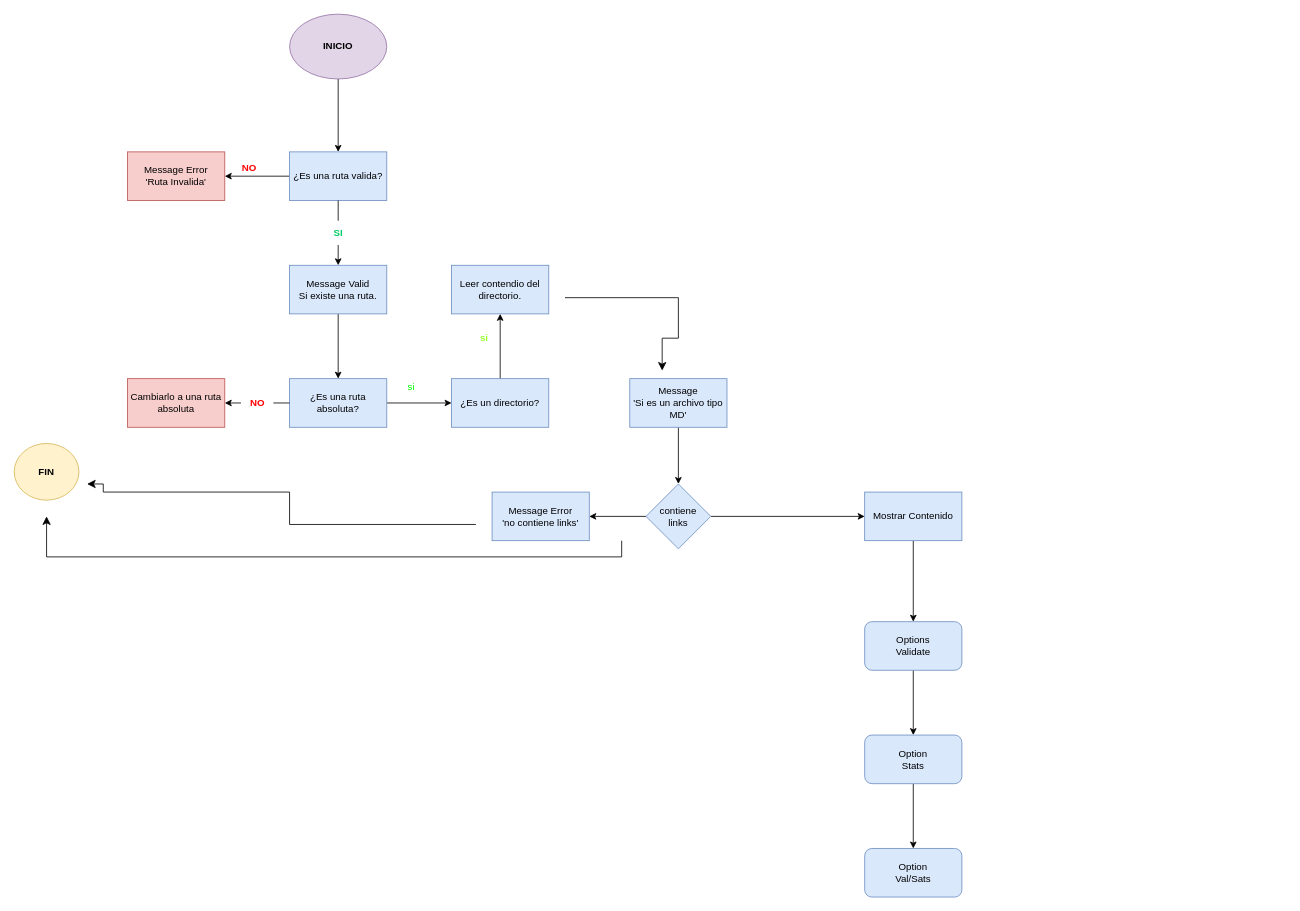
This is DiagFlujo.drawio from DanielaRoch/DEV002-md-links, a draw.io file, before an edit. Source tidied: cells renumbered, new cells numbered last; positions are measured from the earlier drawing's top-left corner, leaving out a move shared by most shapes. Both pictures are drawn from the tidied source at 81%, with x=0, y=0 at pixel (14, 14).
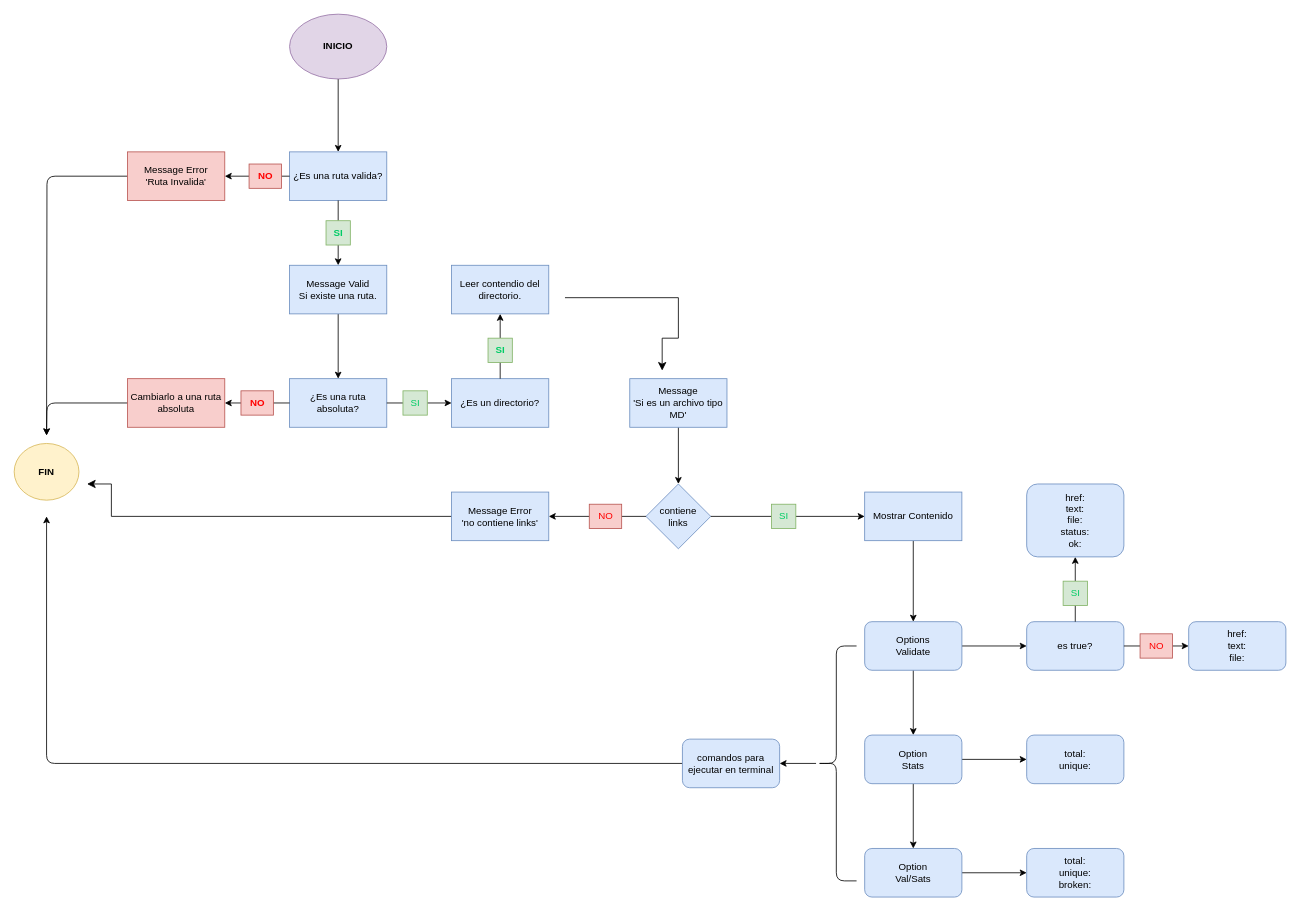
The same page after the edit.

Commit message (it also covers changes not shown here):
ultima version diagrama

Unchanged cells that the change refers to:
```xml
<mxCell id="6" value="¿Es una ruta valida?" style="whiteSpace=wrap;html=1;fillColor=#dae8fc;strokeColor=#6c8ebf;" parent="1" vertex="1">
  <mxGeometry x="340" y="170" width="120" height="60" as="geometry" />
</mxCell>
<mxCell id="7" value="Message Error&lt;br&gt;'Ruta Invalida'" style="whiteSpace=wrap;html=1;fillColor=#f8cecc;strokeColor=#b85450;" parent="1" vertex="1">
  <mxGeometry x="140" y="170" width="120" height="60" as="geometry" />
</mxCell>
<mxCell id="13" value="¿Es una ruta absoluta?" style="whiteSpace=wrap;html=1;fillColor=#dae8fc;strokeColor=#6c8ebf;" parent="1" vertex="1">
  <mxGeometry x="340" y="450" width="120" height="60" as="geometry" />
</mxCell>
<mxCell id="16" value="Cambiarlo a una ruta absoluta" style="whiteSpace=wrap;html=1;fillColor=#f8cecc;strokeColor=#b85450;" parent="1" vertex="1">
  <mxGeometry x="140" y="450" width="120" height="60" as="geometry" />
</mxCell>
<mxCell id="24" value="Mostrar Contenido" style="whiteSpace=wrap;html=1;fillColor=#dae8fc;strokeColor=#6c8ebf;" parent="1" vertex="1">
  <mxGeometry x="1050" y="590" width="120" height="60" as="geometry" />
</mxCell>
<mxCell id="26" value="Options&lt;br&gt;Validate" style="rounded=1;whiteSpace=wrap;html=1;fillColor=#dae8fc;strokeColor=#6c8ebf;" parent="1" vertex="1">
  <mxGeometry x="1050" y="750" width="120" height="60" as="geometry" />
</mxCell>
<mxCell id="28" value="Option &lt;br&gt;Stats" style="rounded=1;whiteSpace=wrap;html=1;fillColor=#dae8fc;strokeColor=#6c8ebf;" parent="1" vertex="1">
  <mxGeometry x="1050" y="890" width="120" height="60" as="geometry" />
</mxCell>
<mxCell id="29" value="Option&lt;br&gt;Val/Sats" style="rounded=1;whiteSpace=wrap;html=1;fillColor=#dae8fc;strokeColor=#6c8ebf;" parent="1" vertex="1">
  <mxGeometry x="1050" y="1030" width="120" height="60" as="geometry" />
</mxCell>
<mxCell id="35" value="¿Es un directorio?" style="whiteSpace=wrap;html=1;fillColor=#dae8fc;strokeColor=#6c8ebf;" parent="1" vertex="1">
  <mxGeometry x="540" y="450" width="120" height="60" as="geometry" />
</mxCell>
<mxCell id="37" value="contiene &lt;br&gt;links" style="rhombus;whiteSpace=wrap;html=1;fillColor=#dae8fc;strokeColor=#6c8ebf;" parent="1" vertex="1">
  <mxGeometry x="780" y="580" width="80" height="80" as="geometry" />
</mxCell>
<mxCell id="39" value="Leer contendio del directorio." style="whiteSpace=wrap;html=1;fillColor=#dae8fc;strokeColor=#6c8ebf;" parent="1" vertex="1">
  <mxGeometry x="540" y="310" width="120" height="60" as="geometry" />
</mxCell>
```

Diff of the diagram source:
```diff
@@
-    <mxCell id="4" style="edgeStyle=none;html=1;" parent="1" edge="1" source="6" target="7">
+    <mxCell id="4" style="edgeStyle=none;html=1;startArrow=none;" parent="1" edge="1" source="8" target="7">
       <mxGeometry relative="1" as="geometry" />
     </mxCell>
@@
+    <mxCell id="42" style="edgeStyle=orthogonalEdgeStyle;html=1;fontColor=#FF0000;" parent="1" edge="1" source="7">
+      <mxGeometry relative="1" as="geometry">
+        <mxPoint x="40" y="520" as="targetPoint" />
+      </mxGeometry>
+    </mxCell>
@@
-    <mxCell id="8" value="&lt;font color=&quot;#ff0000&quot;&gt;&lt;b&gt;NO&lt;/b&gt;&lt;/font&gt;" style="text;html=1;align=center;verticalAlign=middle;points=[];strokeColor=none;fillColor=none;" parent="1" vertex="1">
-      <mxGeometry x="270" y="175" width="40" height="30" as="geometry" />
-    </mxCell>
@@
-    <mxCell id="12" style="edgeStyle=none;html=1;" parent="1" edge="1" source="13" target="35">
+    <mxCell id="12" style="edgeStyle=none;html=1;startArrow=none;" parent="1" edge="1" source="38" target="35">
       <mxGeometry relative="1" as="geometry" />
     </mxCell>
@@
+    <mxCell id="43" style="edgeStyle=orthogonalEdgeStyle;html=1;fontColor=#FF0000;" parent="1" edge="1" source="16">
+      <mxGeometry relative="1" as="geometry">
+        <mxPoint x="40" y="520" as="targetPoint" />
+      </mxGeometry>
+    </mxCell>
@@
-    <mxCell id="18" value="&lt;font color=&quot;#00cc66&quot;&gt;&lt;b&gt;SI&lt;/b&gt;&lt;/font&gt;" style="text;html=1;align=center;verticalAlign=middle;points=[];strokeColor=none;fillColor=none;fontColor=#FF0000;" parent="1" vertex="1">
+    <mxCell id="18" value="&lt;font color=&quot;#00cc66&quot;&gt;&lt;b&gt;SI&lt;/b&gt;&lt;/font&gt;" style="text;html=1;align=center;verticalAlign=middle;points=[];strokeColor=#82b366;fillColor=#d5e8d4;" parent="1" vertex="1">
       <mxGeometry x="385" y="255" width="30" height="30" as="geometry" />
     </mxCell>
@@
-    <mxCell id="20" value="&lt;b&gt;&lt;font color=&quot;#ff0000&quot;&gt;NO&lt;/font&gt;&lt;/b&gt;" style="text;html=1;align=center;verticalAlign=middle;points=[];strokeColor=none;fillColor=none;fontColor=#00CC66;" parent="1" vertex="1">
+    <mxCell id="20" value="&lt;b&gt;&lt;font color=&quot;#ff0000&quot;&gt;NO&lt;/font&gt;&lt;/b&gt;" style="text;html=1;align=center;verticalAlign=middle;points=[];strokeColor=#b85450;fillColor=#f8cecc;" parent="1" vertex="1">
       <mxGeometry x="280" y="465" width="40" height="30" as="geometry" />
     </mxCell>
-    <mxCell id="21" style="edgeStyle=none;html=1;fontColor=#FF0000;startArrow=none;" parent="1" edge="1" source="37" target="24">
+    <mxCell id="21" style="edgeStyle=none;html=1;fontColor=#FF0000;startArrow=none;" parent="1" edge="1" source="62" target="24">
       <mxGeometry relative="1" as="geometry" />
     </mxCell>
-    <mxCell id="22" value="Message Error&lt;br&gt;'no contiene links'" style="whiteSpace=wrap;html=1;fillColor=#dae8fc;strokeColor=#6c8ebf;" parent="1" vertex="1">
-      <mxGeometry x="590" y="590" width="120" height="60" as="geometry" />
-    </mxCell>
@@
+    <mxCell id="44" style="edgeStyle=none;html=1;" parent="1" edge="1" source="26" target="49">
+      <mxGeometry relative="1" as="geometry" />
+    </mxCell>
@@
+    <mxCell id="45" style="edgeStyle=none;html=1;" parent="1" edge="1" source="28" target="52">
+      <mxGeometry relative="1" as="geometry" />
+    </mxCell>
@@
+    <mxCell id="46" style="edgeStyle=none;html=1;" parent="1" edge="1" source="29" target="53">
+      <mxGeometry relative="1" as="geometry" />
+    </mxCell>
@@
-    <mxCell id="32" style="edgeStyle=elbowEdgeStyle;elbow=vertical;endArrow=classic;html=1;curved=0;rounded=0;endSize=8;startSize=8;fontColor=#FF0000;" parent="1" edge="1">
-      <mxGeometry relative="1" as="geometry">
-        <mxPoint x="750" y="650" as="sourcePoint" />
-        <mxPoint x="40" y="620" as="targetPoint" />
-        <Array as="points">
-          <mxPoint x="750" y="670" />
-        </Array>
-      </mxGeometry>
-    </mxCell>
-    <mxCell id="33" style="edgeStyle=segmentEdgeStyle;endArrow=classic;html=1;curved=0;rounded=0;endSize=8;startSize=8;fontColor=#FF0000;" parent="1" edge="1">
+    <mxCell id="33" style="edgeStyle=segmentEdgeStyle;endArrow=classic;html=1;curved=0;rounded=0;endSize=8;startSize=8;fontColor=#FF0000;startArrow=none;" parent="1" edge="1" source="22">
       <mxGeometry relative="1" as="geometry">
-        <mxPoint x="570" y="630" as="sourcePoint" />
         <mxPoint x="90" y="580" as="targetPoint" />
         <Array as="points">
-          <mxPoint x="340" y="590" />
-          <mxPoint x="110" y="590" />
-          <mxPoint x="110" y="580" />
+          <mxPoint x="120" y="620" />
+          <mxPoint x="120" y="580" />
         </Array>
       </mxGeometry>
     </mxCell>
-    <mxCell id="34" style="edgeStyle=none;html=1;fontColor=#99FF33;" parent="1" edge="1" source="35" target="39">
+    <mxCell id="34" style="edgeStyle=none;html=1;fontColor=#99FF33;startArrow=none;" parent="1" edge="1" source="41" target="39">
       <mxGeometry relative="1" as="geometry" />
     </mxCell>
@@
-    <mxCell id="36" style="edgeStyle=none;html=1;" parent="1" edge="1" source="37" target="22">
+    <mxCell id="36" style="edgeStyle=none;html=1;startArrow=none;" parent="1" edge="1" source="60" target="22">
       <mxGeometry relative="1" as="geometry" />
     </mxCell>
@@
-    <mxCell id="38" value="&lt;font color=&quot;#00ff00&quot;&gt;si&lt;/font&gt;" style="text;html=1;align=center;verticalAlign=middle;points=[];strokeColor=none;fillColor=none;" parent="1" vertex="1">
-      <mxGeometry x="475" y="445" width="30" height="30" as="geometry" />
-    </mxCell>
@@
+    <mxCell id="47" style="edgeStyle=none;html=1;startArrow=none;" parent="1" edge="1" source="55" target="50">
+      <mxGeometry relative="1" as="geometry" />
+    </mxCell>
+    <mxCell id="48" style="edgeStyle=none;html=1;startArrow=none;" parent="1" edge="1" source="64" target="51">
+      <mxGeometry relative="1" as="geometry" />
+    </mxCell>
+    <mxCell id="49" value="es true?" style="rounded=1;whiteSpace=wrap;html=1;fillColor=#dae8fc;strokeColor=#6c8ebf;" parent="1" vertex="1">
+      <mxGeometry x="1250" y="750" width="120" height="60" as="geometry" />
+    </mxCell>
+    <mxCell id="50" value="href:&lt;br&gt;text:&lt;br&gt;file:&lt;br&gt;status:&lt;br&gt;ok:" style="whiteSpace=wrap;html=1;fillColor=#dae8fc;strokeColor=#6c8ebf;rounded=1;" parent="1" vertex="1">
+      <mxGeometry x="1250" y="580" width="120" height="90" as="geometry" />
+    </mxCell>
+    <mxCell id="51" value="href:&lt;br&gt;text:&lt;br&gt;file:" style="rounded=1;whiteSpace=wrap;html=1;fillColor=#dae8fc;strokeColor=#6c8ebf;" parent="1" vertex="1">
+      <mxGeometry x="1450" y="750" width="120" height="60" as="geometry" />
+    </mxCell>
+    <mxCell id="52" value="total:&lt;br&gt;unique:" style="whiteSpace=wrap;html=1;fillColor=#dae8fc;strokeColor=#6c8ebf;rounded=1;" parent="1" vertex="1">
+      <mxGeometry x="1250" y="890" width="120" height="60" as="geometry" />
+    </mxCell>
+    <mxCell id="53" value="total:&lt;br&gt;unique:&lt;br&gt;broken:" style="rounded=1;whiteSpace=wrap;html=1;fillColor=#dae8fc;strokeColor=#6c8ebf;" parent="1" vertex="1">
+      <mxGeometry x="1250" y="1030" width="120" height="60" as="geometry" />
+    </mxCell>
+    <mxCell id="54" style="edgeStyle=none;html=1;endArrow=none;" parent="1" edge="1" source="49" target="55">
+      <mxGeometry relative="1" as="geometry" />
+    </mxCell>
+    <mxCell id="55" value="&lt;font color=&quot;#00cc66&quot;&gt;SI&lt;/font&gt;" style="text;html=1;align=center;verticalAlign=middle;points=[];strokeColor=#82b366;fillColor=#d5e8d4;" parent="1" vertex="1">
+      <mxGeometry x="1295" y="700" width="30" height="30" as="geometry" />
+    </mxCell>
+    <mxCell id="56" style="edgeStyle=none;html=1;endArrow=none;" parent="1" edge="1" source="6" target="8">
+      <mxGeometry relative="1" as="geometry" />
+    </mxCell>
+    <mxCell id="8" value="&lt;font color=&quot;#ff0000&quot;&gt;&lt;b&gt;NO&lt;/b&gt;&lt;/font&gt;" style="text;html=1;align=center;verticalAlign=middle;points=[];strokeColor=#b85450;fillColor=#f8cecc;" parent="1" vertex="1">
+      <mxGeometry x="290" y="185" width="40" height="30" as="geometry" />
+    </mxCell>
+    <mxCell id="57" style="edgeStyle=none;html=1;fontColor=#99FF33;endArrow=none;" parent="1" edge="1" source="35" target="41">
+      <mxGeometry relative="1" as="geometry" />
+    </mxCell>
-    <mxCell id="41" value="&lt;b&gt;si&lt;/b&gt;" style="text;html=1;align=center;verticalAlign=middle;points=[];strokeColor=none;fillColor=none;fontColor=#99FF33;" parent="1" vertex="1">
-      <mxGeometry x="565" y="385" width="30" height="30" as="geometry" />
+    <mxCell id="41" value="&lt;b&gt;&lt;font color=&quot;#00cc66&quot;&gt;SI&lt;/font&gt;&lt;/b&gt;" style="text;html=1;align=center;verticalAlign=middle;points=[];strokeColor=#82b366;fillColor=#d5e8d4;" parent="1" vertex="1">
+      <mxGeometry x="585" y="400" width="30" height="30" as="geometry" />
     </mxCell>
+    <mxCell id="58" style="edgeStyle=none;html=1;endArrow=none;" parent="1" edge="1" source="13" target="38">
+      <mxGeometry relative="1" as="geometry" />
+    </mxCell>
+    <mxCell id="38" value="&lt;font color=&quot;#00cc66&quot;&gt;SI&lt;/font&gt;" style="text;html=1;align=center;verticalAlign=middle;points=[];strokeColor=#82b366;fillColor=#d5e8d4;" parent="1" vertex="1">
+      <mxGeometry x="480" y="465" width="30" height="30" as="geometry" />
+    </mxCell>
+    <mxCell id="22" value="Message Error&lt;br&gt;'no contiene links'" style="whiteSpace=wrap;html=1;fillColor=#dae8fc;strokeColor=#6c8ebf;" parent="1" vertex="1">
+      <mxGeometry x="540" y="590" width="120" height="60" as="geometry" />
+    </mxCell>
+    <mxCell id="59" style="edgeStyle=none;html=1;endArrow=none;" parent="1" edge="1" source="37" target="60">
+      <mxGeometry relative="1" as="geometry" />
+    </mxCell>
+    <mxCell id="60" value="&lt;font color=&quot;#ff0000&quot;&gt;NO&lt;/font&gt;" style="text;html=1;align=center;verticalAlign=middle;points=[];strokeColor=#b85450;fillColor=#f8cecc;" parent="1" vertex="1">
+      <mxGeometry x="710" y="605" width="40" height="30" as="geometry" />
+    </mxCell>
+    <mxCell id="61" style="edgeStyle=none;html=1;fontColor=#FF0000;startArrow=none;endArrow=none;" parent="1" edge="1" source="37" target="62">
+      <mxGeometry relative="1" as="geometry" />
+    </mxCell>
+    <mxCell id="62" value="&lt;font color=&quot;#00cc66&quot;&gt;SI&lt;/font&gt;" style="text;html=1;align=center;verticalAlign=middle;points=[];strokeColor=#82b366;fillColor=#d5e8d4;" parent="1" vertex="1">
+      <mxGeometry x="935" y="605" width="30" height="30" as="geometry" />
+    </mxCell>
+    <mxCell id="63" style="edgeStyle=none;html=1;endArrow=none;" parent="1" edge="1" source="49" target="64">
+      <mxGeometry relative="1" as="geometry" />
+    </mxCell>
+    <mxCell id="64" value="&lt;font color=&quot;#ff0000&quot;&gt;NO&lt;/font&gt;" style="text;html=1;align=center;verticalAlign=middle;points=[];strokeColor=#b85450;fillColor=#f8cecc;" parent="1" vertex="1">
+      <mxGeometry x="1390" y="765" width="40" height="30" as="geometry" />
+    </mxCell>
+    <mxCell id="65" style="edgeStyle=none;html=1;fontColor=#FF0000;" parent="1" edge="1" source="66" target="68">
+      <mxGeometry relative="1" as="geometry" />
+    </mxCell>
+    <mxCell id="66" style="shape=curlyBracket;whiteSpace=wrap;html=1;rounded=1;labelPosition=left;verticalLabelPosition=middle;align=right;verticalAlign=middle;strokeColor=#000000;fontColor=#FF0000;fillColor=#66CC00;" parent="1" vertex="1">
+      <mxGeometry x="990" y="780" width="50" height="290" as="geometry" />
+    </mxCell>
+    <mxCell id="67" style="edgeStyle=orthogonalEdgeStyle;html=1;fontColor=#FF0000;" parent="1" edge="1" source="68">
+      <mxGeometry relative="1" as="geometry">
+        <mxPoint x="40" y="620" as="targetPoint" />
+        <Array as="points">
+          <mxPoint x="40" y="925" />
+        </Array>
+      </mxGeometry>
+    </mxCell>
+    <mxCell id="68" value="comandos para ejecutar en terminal" style="whiteSpace=wrap;html=1;align=center;fillColor=#dae8fc;strokeColor=#6c8ebf;rounded=1;" parent="1" vertex="1">
+      <mxGeometry x="825" y="895" width="120" height="60" as="geometry" />
+    </mxCell>
```
